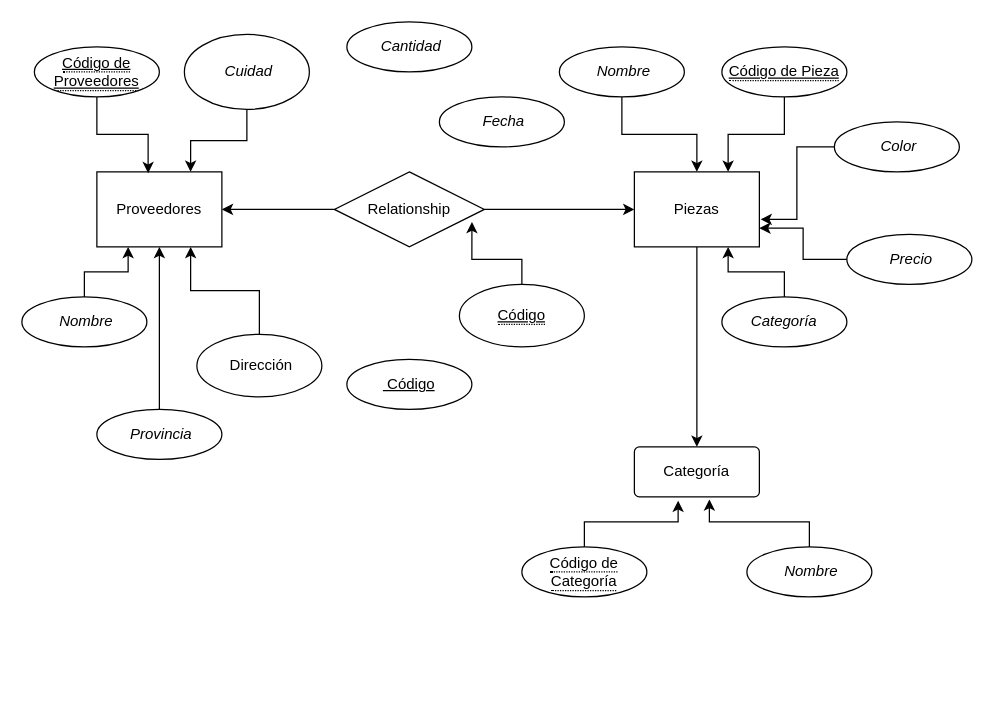
The draw.io diagram Diagrama sin título.drawio in KarlaCNS/pilares, before the edit. Source tidied: cells renumbered, new cells numbered last; positions are measured from the earlier drawing's top-left corner, leaving out a move shared by most shapes. Both pictures are drawn from the tidied source at 125%, with x=0, y=0 at pixel (21, 21).
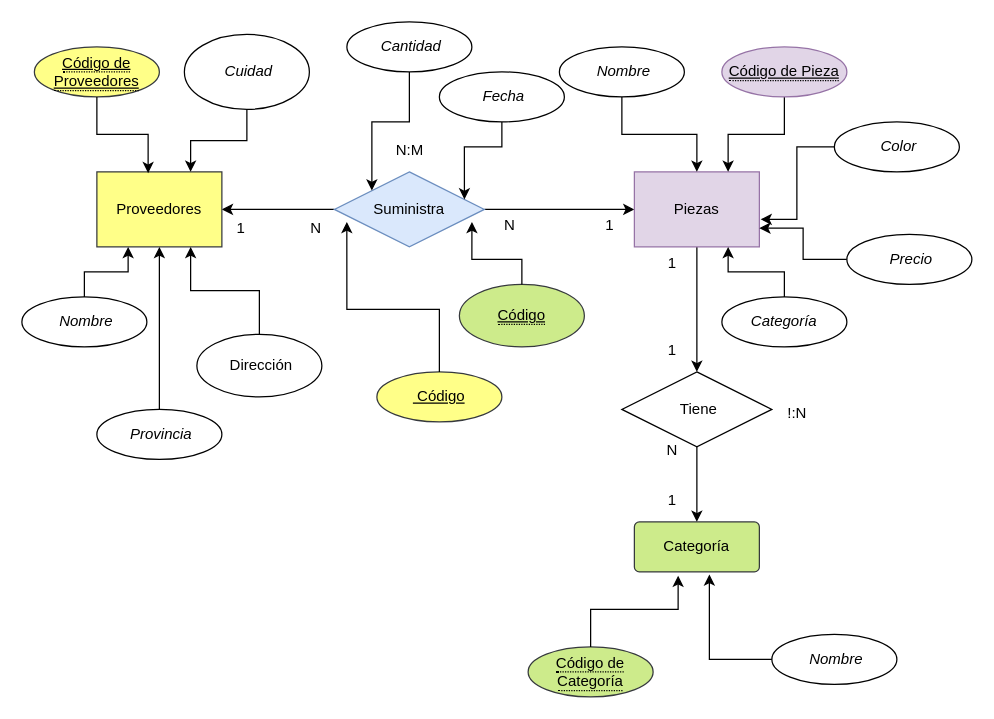
The same page after the edit.

The change refers to these unchanged cells:
```xml
<mxCell id="28" value="&lt;i&gt;&amp;nbsp;Cantidad&lt;/i&gt;" style="ellipse;whiteSpace=wrap;html=1;align=center;" parent="1" vertex="1">
  <mxGeometry x="260" width="100" height="40" as="geometry" />
</mxCell>
```

Diff of the diagram source:
```diff
@@
-    <mxCell id="4" value="Relationship" style="shape=rhombus;perimeter=rhombusPerimeter;whiteSpace=wrap;html=1;align=center;" parent="1" vertex="1">
+    <mxCell id="4" value="Suministra" style="shape=rhombus;perimeter=rhombusPerimeter;whiteSpace=wrap;html=1;align=center;fillColor=#dae8fc;strokeColor=#6c8ebf;" parent="1" vertex="1">
       <mxGeometry x="250" y="120" width="120" height="60" as="geometry" />
     </mxCell>
     <mxCell id="5" value="&lt;i&gt;&amp;nbsp;Nombre&lt;/i&gt;" style="ellipse;whiteSpace=wrap;html=1;align=center;" parent="1" vertex="1">
-      <mxGeometry x="580" y="420" width="100" height="40" as="geometry" />
+      <mxGeometry x="600" y="490" width="100" height="40" as="geometry" />
     </mxCell>
-    <mxCell id="6" value="&lt;span style=&quot;border-bottom: 1px dotted&quot;&gt;Código de Categoría&lt;/span&gt;" style="ellipse;whiteSpace=wrap;html=1;align=center;" parent="1" vertex="1">
-      <mxGeometry x="400" y="420" width="100" height="40" as="geometry" />
+    <mxCell id="6" value="&lt;span style=&quot;border-bottom: 1px dotted&quot;&gt;Código de Categoría&lt;/span&gt;" style="ellipse;whiteSpace=wrap;html=1;align=center;fillColor=#cdeb8b;strokeColor=#36393d;" parent="1" vertex="1">
+      <mxGeometry x="405" y="500" width="100" height="40" as="geometry" />
     </mxCell>
-    <mxCell id="7" value="Proveedores" style="whiteSpace=wrap;html=1;align=center;" parent="1" vertex="1">
+    <mxCell id="7" value="Proveedores" style="whiteSpace=wrap;html=1;align=center;fillColor=#ffff88;strokeColor=#36393d;" parent="1" vertex="1">
       <mxGeometry x="60" y="120" width="100" height="60" as="geometry" />
     </mxCell>
-    <mxCell id="8" style="edgeStyle=orthogonalEdgeStyle;rounded=0;jettySize=auto;html=1;entryX=0.5;entryY=0;entryDx=0;entryDy=0;" parent="1" edge="1" source="9" target="10">
-      <mxGeometry relative="1" as="geometry" />
-    </mxCell>
+    <mxCell id="38" style="edgeStyle=orthogonalEdgeStyle;rounded=0;jettySize=auto;html=1;entryX=0.5;entryY=0;entryDx=0;entryDy=0;" parent="1" edge="1" source="9" target="48">
+      <mxGeometry relative="1" as="geometry" />
+    </mxCell>
-    <mxCell id="9" value="Piezas" style="whiteSpace=wrap;html=1;align=center;" parent="1" vertex="1">
+    <mxCell id="9" value="Piezas" style="whiteSpace=wrap;html=1;align=center;fillColor=#e1d5e7;strokeColor=#9673a6;" parent="1" vertex="1">
       <mxGeometry x="490" y="120" width="100" height="60" as="geometry" />
     </mxCell>
-    <mxCell id="10" value="Categoría" style="rounded=1;arcSize=10;whiteSpace=wrap;html=1;align=center;" parent="1" vertex="1">
-      <mxGeometry x="490" y="340" width="100" height="40" as="geometry" />
+    <mxCell id="10" value="Categoría" style="rounded=1;arcSize=10;whiteSpace=wrap;html=1;align=center;fillColor=#cdeb8b;strokeColor=#36393d;" parent="1" vertex="1">
+      <mxGeometry x="490" y="400" width="100" height="40" as="geometry" />
     </mxCell>
@@
-    <mxCell id="12" value="&lt;span style=&quot;border-bottom: 1px dotted&quot;&gt;&lt;u&gt;Código de Pieza&lt;/u&gt;&lt;/span&gt;" style="ellipse;whiteSpace=wrap;html=1;align=center;" parent="1" vertex="1">
+    <mxCell id="12" value="&lt;span style=&quot;border-bottom: 1px dotted&quot;&gt;&lt;u&gt;Código de Pieza&lt;/u&gt;&lt;/span&gt;" style="ellipse;whiteSpace=wrap;html=1;align=center;fillColor=#e1d5e7;strokeColor=#9673a6;" parent="1" vertex="1">
       <mxGeometry x="560" y="20" width="100" height="40" as="geometry" />
     </mxCell>
@@
-    <mxCell id="19" value="&lt;span style=&quot;border-bottom: 1px dotted&quot;&gt;&lt;u&gt;Código de Proveedores&lt;/u&gt;&lt;/span&gt;" style="ellipse;whiteSpace=wrap;html=1;align=center;" parent="1" vertex="1">
+    <mxCell id="19" value="&lt;span style=&quot;border-bottom: 1px dotted&quot;&gt;&lt;u&gt;Código de Proveedores&lt;/u&gt;&lt;/span&gt;" style="ellipse;whiteSpace=wrap;html=1;align=center;fillColor=#ffff88;strokeColor=#36393d;" parent="1" vertex="1">
       <mxGeometry x="10" y="20" width="100" height="40" as="geometry" />
     </mxCell>
@@
     <mxCell id="23" value="&lt;i&gt;&amp;nbsp;Fecha&lt;/i&gt;" style="ellipse;whiteSpace=wrap;html=1;align=center;" parent="1" vertex="1">
-      <mxGeometry x="334" y="60" width="100" height="40" as="geometry" />
+      <mxGeometry x="334" y="40" width="100" height="40" as="geometry" />
     </mxCell>
@@
+    <mxCell id="39" style="edgeStyle=orthogonalEdgeStyle;rounded=0;jettySize=auto;html=1;entryX=0;entryY=0;entryDx=0;entryDy=0;" parent="1" edge="1" source="28" target="4">
+      <mxGeometry relative="1" as="geometry" />
+    </mxCell>
@@
-    <mxCell id="35" value="&lt;span style=&quot;border-bottom: 1px dotted&quot;&gt;&lt;u&gt;Código&lt;/u&gt;&lt;/span&gt;" style="ellipse;whiteSpace=wrap;html=1;align=center;" parent="1" vertex="1">
+    <mxCell id="35" value="&lt;span style=&quot;border-bottom: 1px dotted&quot;&gt;&lt;u&gt;Código&lt;/u&gt;&lt;/span&gt;" style="ellipse;whiteSpace=wrap;html=1;align=center;fillColor=#cdeb8b;strokeColor=#36393d;" parent="1" vertex="1">
       <mxGeometry x="350" y="210" width="100" height="50" as="geometry" />
     </mxCell>
-    <mxCell id="36" value="&lt;u&gt;&amp;nbsp;Código&lt;/u&gt;" style="ellipse;whiteSpace=wrap;html=1;align=center;" parent="1" vertex="1">
-      <mxGeometry x="260" y="270" width="100" height="40" as="geometry" />
+    <mxCell id="36" value="&lt;u&gt;&amp;nbsp;Código&lt;/u&gt;" style="ellipse;whiteSpace=wrap;html=1;align=center;fillColor=#ffff88;strokeColor=#36393d;" parent="1" vertex="1">
+      <mxGeometry x="284" y="280" width="100" height="40" as="geometry" />
     </mxCell>
@@
+    <mxCell id="40" style="edgeStyle=orthogonalEdgeStyle;rounded=0;jettySize=auto;html=1;entryX=0.083;entryY=0.667;entryDx=0;entryDy=0;entryPerimeter=0;" parent="1" edge="1" source="36" target="4">
+      <mxGeometry relative="1" as="geometry" />
+    </mxCell>
+    <mxCell id="41" style="edgeStyle=orthogonalEdgeStyle;rounded=0;jettySize=auto;html=1;entryX=0.867;entryY=0.367;entryDx=0;entryDy=0;entryPerimeter=0;" parent="1" edge="1" source="23" target="4">
+      <mxGeometry relative="1" as="geometry" />
+    </mxCell>
+    <mxCell id="42" value="1" style="text;html=1;align=center;verticalAlign=middle;strokeColor=none;fillColor=none;" parent="1" vertex="1">
+      <mxGeometry x="160" y="150" width="30" height="30" as="geometry" />
+    </mxCell>
+    <mxCell id="43" value="N" style="text;html=1;align=center;verticalAlign=middle;strokeColor=none;fillColor=none;" parent="1" vertex="1">
+      <mxGeometry x="220" y="150" width="30" height="30" as="geometry" />
+    </mxCell>
+    <mxCell id="44" value="N:M" style="text;html=1;align=center;verticalAlign=middle;strokeColor=none;fillColor=none;" parent="1" vertex="1">
+      <mxGeometry x="285" y="88" width="50" height="30" as="geometry" />
+    </mxCell>
+    <mxCell id="45" value="N" style="text;html=1;align=center;verticalAlign=middle;strokeColor=none;fillColor=none;" parent="1" vertex="1">
+      <mxGeometry x="375" y="148" width="30" height="30" as="geometry" />
+    </mxCell>
+    <mxCell id="46" value="1" style="text;html=1;align=center;verticalAlign=middle;strokeColor=none;fillColor=none;" parent="1" vertex="1">
+      <mxGeometry x="455" y="148" width="30" height="30" as="geometry" />
+    </mxCell>
+    <mxCell id="47" style="edgeStyle=orthogonalEdgeStyle;rounded=0;jettySize=auto;html=1;entryX=0.5;entryY=0;entryDx=0;entryDy=0;" parent="1" edge="1" source="48" target="10">
+      <mxGeometry relative="1" as="geometry" />
+    </mxCell>
+    <mxCell id="48" value="&amp;nbsp;Tiene" style="shape=rhombus;perimeter=rhombusPerimeter;whiteSpace=wrap;html=1;align=center;" parent="1" vertex="1">
+      <mxGeometry x="480" y="280" width="120" height="60" as="geometry" />
+    </mxCell>
+    <mxCell id="49" value="1" style="text;html=1;align=center;verticalAlign=middle;strokeColor=none;fillColor=none;" parent="1" vertex="1">
+      <mxGeometry x="505" y="178" width="30" height="30" as="geometry" />
+    </mxCell>
+    <mxCell id="50" value="1" style="text;html=1;align=center;verticalAlign=middle;strokeColor=none;fillColor=none;" parent="1" vertex="1">
+      <mxGeometry x="505" y="248" width="30" height="30" as="geometry" />
+    </mxCell>
+    <mxCell id="51" value="N" style="text;html=1;align=center;verticalAlign=middle;strokeColor=none;fillColor=none;" parent="1" vertex="1">
+      <mxGeometry x="505" y="328" width="30" height="30" as="geometry" />
+    </mxCell>
+    <mxCell id="52" value="1" style="text;html=1;align=center;verticalAlign=middle;strokeColor=none;fillColor=none;" parent="1" vertex="1">
+      <mxGeometry x="505" y="368" width="30" height="30" as="geometry" />
+    </mxCell>
+    <mxCell id="53" value="!:N" style="text;html=1;align=center;verticalAlign=middle;strokeColor=none;fillColor=none;" parent="1" vertex="1">
+      <mxGeometry x="600" y="298" width="40" height="30" as="geometry" />
+    </mxCell>
```
